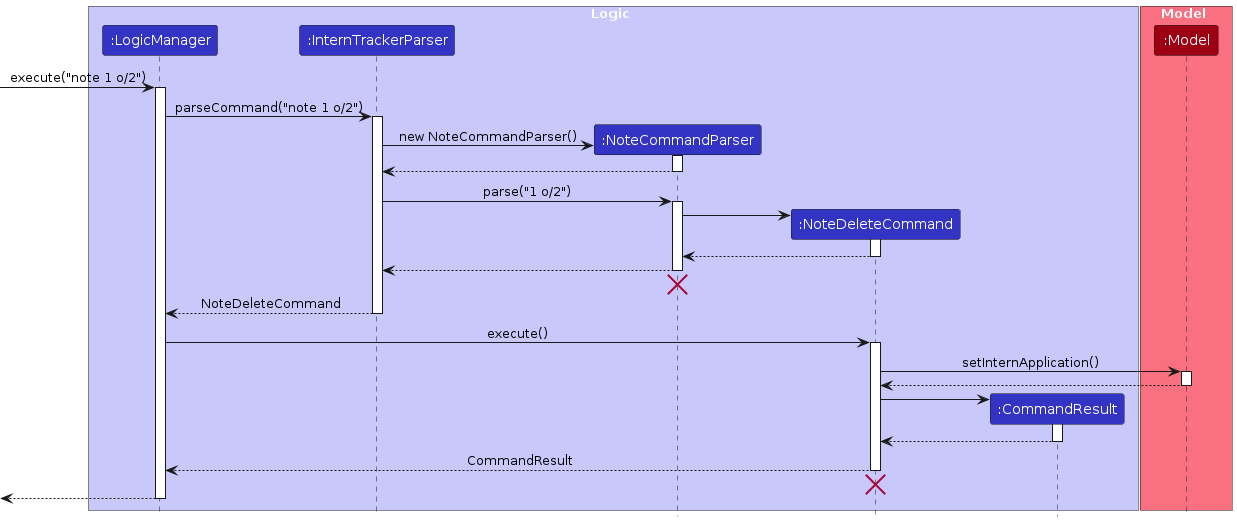
This is diagrams/NoteDeleteCommandSequenceDiagram.png from AY2324S1-CS2103T-W17-2/tp, a PlantUML export, as it was before one commit. Its source is kept beside it as diagrams/NoteDeleteCommandSequenceDiagram.puml.
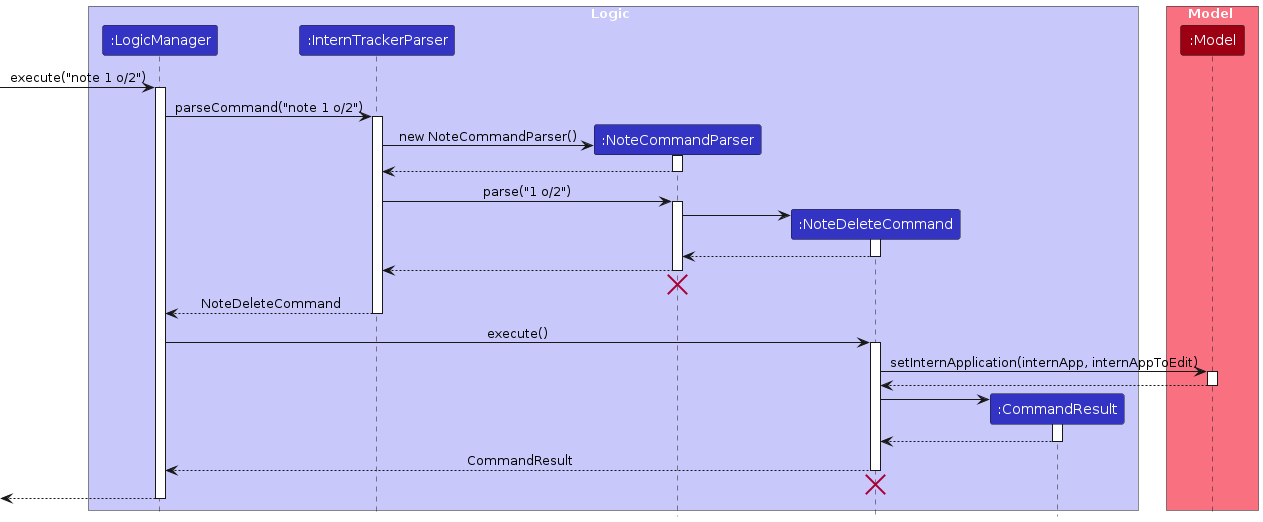
The same diagram one commit later.

Diff of the diagram source:
```diff
@@ -48,7 +48,7 @@
 LogicManager -> NoteDeleteCommand : execute()
 activate NoteDeleteCommand
 
-NoteDeleteCommand -> Model : setInternApplication()
+NoteDeleteCommand -> Model : setInternApplication(internApp, internAppToEdit)
 activate Model
 
 Model --> NoteDeleteCommand
```
